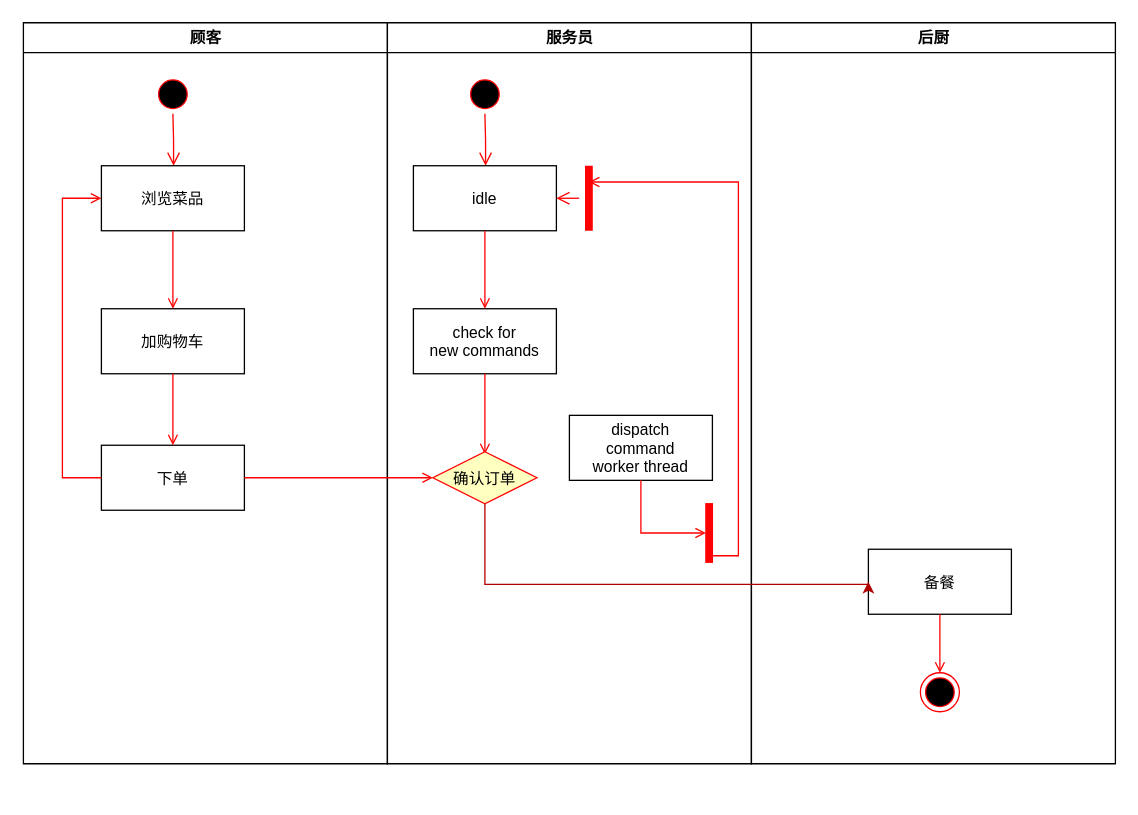
wuyuhang911/draw keeps this draw.io diagram as 点餐小程序UML.drawio. Above is the earlier version. Source tidied: cells renumbered, new cells numbered last; positions are measured from the earlier drawing's top-left corner, leaving out a move shared by most shapes. Both pictures are drawn from the tidied source at 130%, with x=0, y=0 at pixel (22, 22).
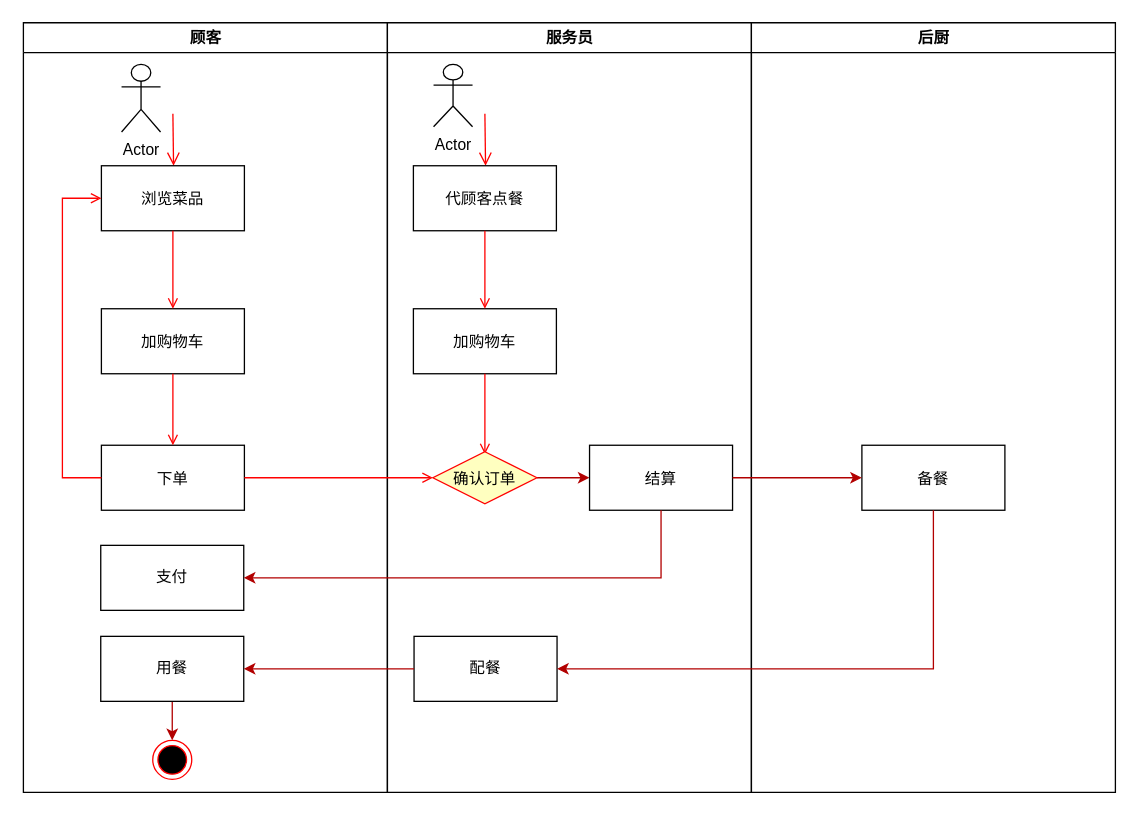
Above is the later version.

Commit message:
更新点餐小程序UML.drawio

The change refers to these unchanged cells:
```xml
<mxCell id="5" value="浏览菜品" parent="2" vertex="1">
  <mxGeometry x="60" y="110" width="110" height="50" as="geometry" />
</mxCell>
<mxCell id="18" value="确认订单" style="rhombus;fillColor=#ffffc0;strokeColor=#ff0000;" parent="11" vertex="1">
  <mxGeometry x="35" y="330" width="80" height="40" as="geometry" />
</mxCell>
```

Diff of the diagram source:
```diff
@@
     <mxCell id="2" value="顾客" style="swimlane;whiteSpace=wrap;" parent="1" vertex="1">
-      <mxGeometry x="0.5" width="280" height="570" as="geometry" />
+      <mxGeometry x="0.5" width="280" height="592" as="geometry" />
     </mxCell>
-    <mxCell id="3" style="ellipse;shape=startState;fillColor=#000000;strokeColor=#ff0000;" parent="2" vertex="1">
-      <mxGeometry x="100" y="40" width="30" height="30" as="geometry" />
-    </mxCell>
-    <mxCell id="4" style="edgeStyle=elbowEdgeStyle;elbow=horizontal;verticalAlign=bottom;endArrow=open;endSize=8;strokeColor=#FF0000;endFill=1;rounded=0;" parent="2" edge="1" source="3" target="5">
-      <mxGeometry x="100" y="40" as="geometry" />
+    <mxCell id="4" style="edgeStyle=elbowEdgeStyle;elbow=horizontal;verticalAlign=bottom;endArrow=open;endSize=8;strokeColor=#FF0000;endFill=1;rounded=0;" parent="2" edge="1" target="5">
+      <mxGeometry x="100" y="40" as="geometry">
+        <mxPoint x="115" y="70" as="sourcePoint" />
+      </mxGeometry>
     </mxCell>
@@
+    <mxCell id="31" value="Actor" style="shape=umlActor;verticalLabelPosition=bottom;verticalAlign=top;html=1;" parent="2" vertex="1">
+      <mxGeometry x="75.5" y="32" width="30" height="52" as="geometry" />
+    </mxCell>
+    <mxCell id="32" value="支付" style="html=1;whiteSpace=wrap;" parent="2" vertex="1">
+      <mxGeometry x="59.5" y="402" width="110" height="50" as="geometry" />
+    </mxCell>
+    <mxCell id="33" style="edgeStyle=orthogonalEdgeStyle;rounded=0;jettySize=auto;html=1;entryX=0.5;entryY=0;entryDx=0;entryDy=0;fillColor=#e51400;strokeColor=#B20000;" parent="2" edge="1" source="34" target="27">
+      <mxGeometry relative="1" as="geometry" />
+    </mxCell>
+    <mxCell id="34" value="用餐" style="html=1;whiteSpace=wrap;" parent="2" vertex="1">
+      <mxGeometry x="59.5" y="472" width="110" height="50" as="geometry" />
+    </mxCell>
+    <mxCell id="27" style="ellipse;shape=endState;fillColor=#000000;strokeColor=#ff0000;" parent="2" vertex="1">
+      <mxGeometry x="99.5" y="552" width="30" height="30" as="geometry" />
+    </mxCell>
     <mxCell id="11" value="服务员" style="swimlane;whiteSpace=wrap;startSize=23;" parent="1" vertex="1">
-      <mxGeometry x="280.5" width="280" height="570" as="geometry" />
+      <mxGeometry x="280.5" width="280" height="592" as="geometry" />
     </mxCell>
-    <mxCell id="12" style="ellipse;shape=startState;fillColor=#000000;strokeColor=#ff0000;" parent="11" vertex="1">
-      <mxGeometry x="60" y="40" width="30" height="30" as="geometry" />
-    </mxCell>
-    <mxCell id="13" style="edgeStyle=elbowEdgeStyle;elbow=horizontal;verticalAlign=bottom;endArrow=open;endSize=8;strokeColor=#FF0000;endFill=1;rounded=0;" parent="11" edge="1" source="12" target="14">
-      <mxGeometry x="40" y="20" as="geometry" />
+    <mxCell id="13" style="edgeStyle=elbowEdgeStyle;elbow=horizontal;verticalAlign=bottom;endArrow=open;endSize=8;strokeColor=#FF0000;endFill=1;rounded=0;" parent="11" edge="1" target="14">
+      <mxGeometry x="40" y="20" as="geometry">
+        <mxPoint x="75" y="70" as="sourcePoint" />
+      </mxGeometry>
     </mxCell>
-    <mxCell id="14" value="idle" parent="11" vertex="1">
+    <mxCell id="14" value="代顾客点餐" parent="11" vertex="1">
       <mxGeometry x="20" y="110" width="110" height="50" as="geometry" />
     </mxCell>
-    <mxCell id="15" value="check for &#10;new commands" parent="11" vertex="1">
+    <mxCell id="15" value="加购物车" parent="11" vertex="1">
       <mxGeometry x="20" y="220" width="110" height="50" as="geometry" />
     </mxCell>
@@
+    <mxCell id="35" style="edgeStyle=orthogonalEdgeStyle;rounded=0;jettySize=auto;html=1;fillColor=#e51400;strokeColor=#B20000;" parent="11" edge="1" source="18" target="21">
+      <mxGeometry relative="1" as="geometry" />
+    </mxCell>
@@
-    <mxCell id="19" style="shape=line;strokeWidth=6;strokeColor=#ff0000;rotation=90;" parent="11" vertex="1">
-      <mxGeometry x="130" y="127.5" width="50" height="15" as="geometry" />
-    </mxCell>
-    <mxCell id="20" style="edgeStyle=elbowEdgeStyle;elbow=horizontal;verticalAlign=bottom;endArrow=open;endSize=8;strokeColor=#FF0000;endFill=1;rounded=0;" parent="11" edge="1" source="19" target="14">
-      <mxGeometry x="130" y="90" as="geometry" />
-    </mxCell>
-    <mxCell id="21" value="dispatch&#10;command&#10;worker thread" parent="11" vertex="1">
-      <mxGeometry x="140" y="302" width="110" height="50" as="geometry" />
+    <mxCell id="21" value="结算" parent="11" vertex="1">
+      <mxGeometry x="155.5" y="325" width="110" height="50" as="geometry" />
     </mxCell>
-    <mxCell id="22" style="whiteSpace=wrap;strokeColor=#FF0000;fillColor=#FF0000;" parent="11" vertex="1">
-      <mxGeometry x="245" y="370" width="5" height="45" as="geometry" />
-    </mxCell>
-    <mxCell id="23" style="edgeStyle=elbowEdgeStyle;elbow=horizontal;entryX=0;entryY=0.5;strokeColor=#FF0000;endArrow=open;endFill=1;rounded=0;" parent="11" edge="1" source="21" target="22">
-      <mxGeometry relative="1" as="geometry">
-        <Array as="points">
-          <mxPoint x="195" y="400" />
-        </Array>
-      </mxGeometry>
-    </mxCell>
+    <mxCell id="36" value="Actor" style="shape=umlActor;verticalLabelPosition=bottom;verticalAlign=top;html=1;" parent="11" vertex="1">
+      <mxGeometry x="35.5" y="32" width="30" height="48" as="geometry" />
+    </mxCell>
+    <mxCell id="37" value="配餐" style="html=1;whiteSpace=wrap;" parent="11" vertex="1">
+      <mxGeometry x="20.5" y="472" width="110" height="50" as="geometry" />
+    </mxCell>
     <mxCell id="24" value="后厨" style="swimlane;whiteSpace=wrap;" parent="1" vertex="1">
-      <mxGeometry x="560.5" width="280" height="570" as="geometry" />
+      <mxGeometry x="560.5" width="280" height="592" as="geometry" />
     </mxCell>
     <mxCell id="25" value="备餐" parent="24" vertex="1">
-      <mxGeometry x="90" y="405" width="110" height="50" as="geometry" />
+      <mxGeometry x="85" y="325" width="110" height="50" as="geometry" />
     </mxCell>
-    <mxCell id="26" style="edgeStyle=elbowEdgeStyle;elbow=horizontal;strokeColor=#FF0000;endArrow=open;endFill=1;rounded=0;entryX=0.25;entryY=0.5;entryPerimeter=0;" parent="24" edge="1" target="19">
-      <mxGeometry relative="1" as="geometry">
-        <mxPoint x="-30" y="410" as="sourcePoint" />
-        <Array as="points">
-          <mxPoint x="-10" y="135" />
-        </Array>
-      </mxGeometry>
-    </mxCell>
-    <mxCell id="27" style="ellipse;shape=endState;fillColor=#000000;strokeColor=#ff0000;" parent="24" vertex="1">
-      <mxGeometry x="130" y="500" width="30" height="30" as="geometry" />
-    </mxCell>
-    <mxCell id="28" style="endArrow=open;strokeColor=#FF0000;endFill=1;rounded=0;" parent="24" edge="1" source="25" target="27">
-      <mxGeometry relative="1" as="geometry" />
-    </mxCell>
@@
-    <mxCell id="30" style="edgeStyle=orthogonalEdgeStyle;rounded=0;jettySize=auto;html=1;entryX=0;entryY=0.5;entryDx=0;entryDy=0;fillColor=#e51400;strokeColor=#B20000;" parent="1" edge="1" source="18" target="25">
-      <mxGeometry relative="1" as="geometry">
-        <Array as="points">
-          <mxPoint x="356" y="432" />
-          <mxPoint x="650" y="432" />
-        </Array>
-      </mxGeometry>
-    </mxCell>
+    <mxCell id="38" style="edgeStyle=orthogonalEdgeStyle;rounded=0;jettySize=auto;html=1;fillColor=#e51400;strokeColor=#B20000;" parent="1" edge="1" source="21" target="25">
+      <mxGeometry relative="1" as="geometry" />
+    </mxCell>
+    <mxCell id="39" style="edgeStyle=orthogonalEdgeStyle;rounded=0;jettySize=auto;html=1;entryX=1;entryY=0.5;entryDx=0;entryDy=0;fillColor=#e51400;strokeColor=#B20000;" parent="1" edge="1" source="21" target="32">
+      <mxGeometry relative="1" as="geometry">
+        <Array as="points">
+          <mxPoint x="491" y="427" />
+        </Array>
+      </mxGeometry>
+    </mxCell>
+    <mxCell id="40" style="edgeStyle=orthogonalEdgeStyle;rounded=0;jettySize=auto;html=1;entryX=1;entryY=0.5;entryDx=0;entryDy=0;fillColor=#e51400;strokeColor=#B20000;" parent="1" edge="1" source="25" target="37">
+      <mxGeometry relative="1" as="geometry">
+        <Array as="points">
+          <mxPoint x="700" y="497" />
+        </Array>
+      </mxGeometry>
+    </mxCell>
+    <mxCell id="41" style="edgeStyle=orthogonalEdgeStyle;rounded=0;jettySize=auto;html=1;entryX=1;entryY=0.5;entryDx=0;entryDy=0;fillColor=#e51400;strokeColor=#B20000;" parent="1" edge="1" source="37" target="34">
+      <mxGeometry relative="1" as="geometry" />
+    </mxCell>
```
